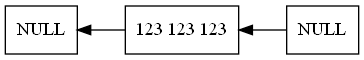
damianpeaf/EDD_1S2023_PY_202110568 keeps this Graphviz diagram as EDD_Proyecto1_Fase1/StudentList.dot.png. Above is the earlier version. Its source is kept beside it as EDD_Proyecto1_Fase1/StudentList.dot. Source of this version:
```dot
digraph StudentList{

node [shape=rect];


null_left [label="NULL"];
null_right [label="NULL"];

student_0[label = "123 123 123"];
student_1[label = "124 124 124"];


null_left -> student_0;
student_0 -> student_1;

student_1 -> student_0;
student_1 -> null_right;

{rank=same; null_left; student_0; student_1; null_right; }

subgraph cluster_binacle_123{
    rankdir=TB;
    node [shape=record];

    binnacle_123_0 [label= "Inicio de sesión 21/02/2023 12:42:36"];
    binnacle_123_1 [label= "Inicio de sesión 21/02/2023 12:42:31"];

    binnacle_123_0 -> binnacle_123_1;

};


subgraph cluster_binacle_124{
    rankdir=TB;
    node [shape=record];

    binnacle_124_0 [label= "Inicio de sesión 21/02/2023 12:42:40"];
};

student_0 -> binnacle_123_0
student_1 -> binnacle_124_0;



}
```
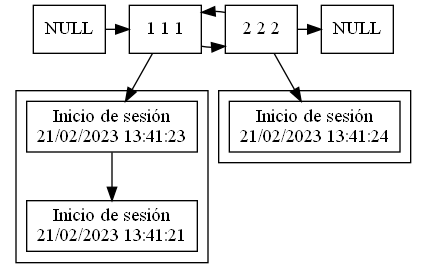
After the commit.

Diff of the diagram source:
```diff
@@ -1,45 +1,5 @@
-digraph StudentList{
-
-node [shape=rect];
-
-
-null_left [label="NULL"];
-null_right [label="NULL"];
-
-student_0[label = "123 123 123"];
-student_1[label = "124 124 124"];
-
-
-null_left -> student_0;
-student_0 -> student_1;
-
-student_1 -> student_0;
-student_1 -> null_right;
-
-{rank=same; null_left; student_0; student_1; null_right; }
-
-subgraph cluster_binacle_123{
-    rankdir=TB;
-    node [shape=record];
-
-    binnacle_123_0 [label= "Inicio de sesión 21/02/2023 12:42:36"];
-    binnacle_123_1 [label= "Inicio de sesión 21/02/2023 12:42:31"];
-
-    binnacle_123_0 -> binnacle_123_1;
-
-};
-
-
-subgraph cluster_binacle_124{
-    rankdir=TB;
-    node [shape=record];
-
-    binnacle_124_0 [label= "Inicio de sesión 21/02/2023 12:42:40"];
-};
-
-student_0 -> binnacle_123_0
-student_1 -> binnacle_124_0;
-
-
-
-}
+digraph StudentList{  node [shape=rect];null_left [label="NULL"];null_right [label="NULL"];student_0[label = "1 1 1"];student_1[label = "2 2 2"];null_left -> student_0;student_0 -> student_1;student_0 -> binnacle_1_0;subgraph cluster_1_0{ rankdir=TB; node [shape=record];binnacle_1_0 [label= "Inicio de sesión\n21/02/2023 13:41:23" ];
+binnacle_1_1 [label= "Inicio de sesión\n21/02/2023 13:41:21" ];
+binnacle_1_0 -> binnacle_1_1;
+}student_1 -> student_0;student_1 -> null_right;student_1 -> binnacle_2_0;subgraph cluster_2_1{ rankdir=TB; node [shape=record];binnacle_2_0 [label= "Inicio de sesión\n21/02/2023 13:41:24" ];
+}{rank = same; null_left; null_right;student_0;student_1;} }
```
